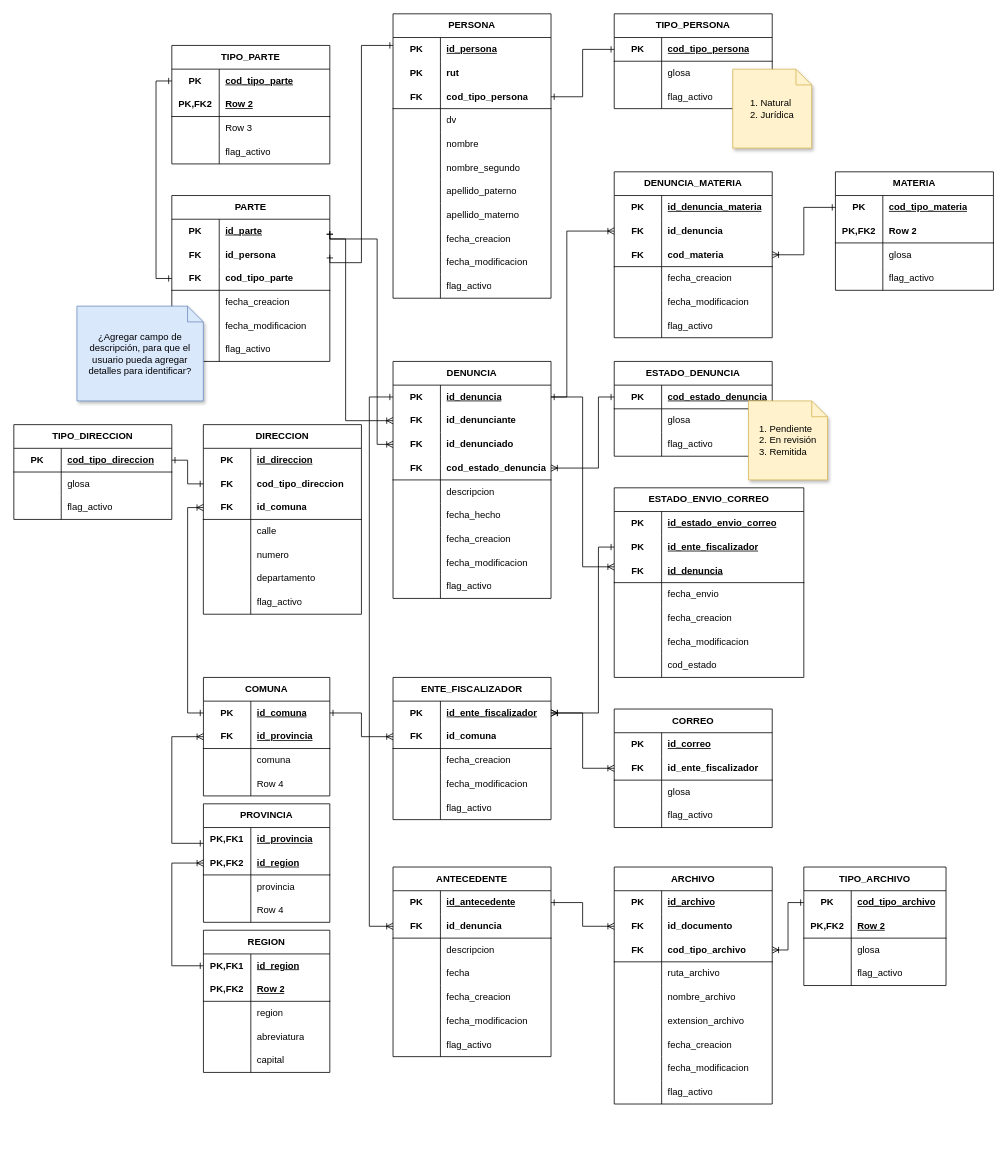
Earlier version of the draw.io diagram docs/QuieroDenunciar - ER.drawio (hernanBeiza/QuieroDenunciarAPI). Source tidied: cells renumbered, new cells numbered last; positions are measured from the earlier drawing's top-left corner, leaving out a move shared by most shapes. Both pictures are drawn from the tidied source at 79%, with x=0, y=0 at pixel (13, 13).
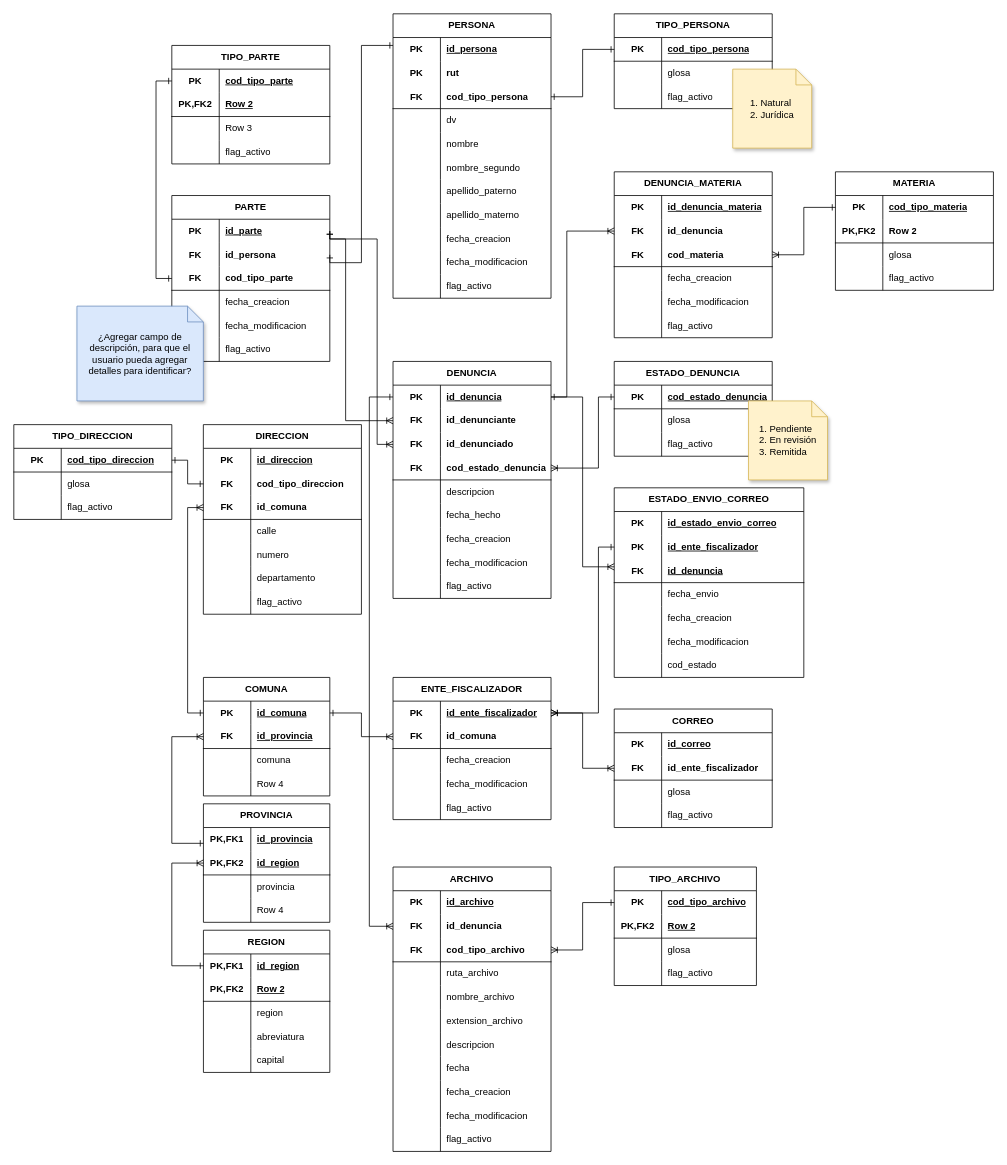
The same page after the edit.

Unchanged cells that the change refers to:
```xml
<mxCell id="56" style="shape=tableRow;horizontal=0;startSize=0;swimlaneHead=0;swimlaneBody=0;fillColor=none;points=[[0,0.5],[1,0.5]];portConstraint=eastwest;top=0;left=0;right=0;bottom=0;html=1;" parent="55" vertex="1">
  <mxGeometry y="30" width="200" height="30" as="geometry" />
</mxCell>
<mxCell id="332" style="shape=tableRow;horizontal=0;startSize=0;swimlaneHead=0;swimlaneBody=0;fillColor=none;points=[[0,0.5],[1,0.5]];portConstraint=eastwest;top=0;left=0;right=0;bottom=0;html=1;" parent="328" vertex="1">
  <mxGeometry y="60" width="200" height="30" as="geometry" />
</mxCell>
```

The edit, as a diff of the source:
```diff
@@
-    <mxCell id="147" value="ANTECEDENTE" style="shape=table;startSize=30;childLayout=tableLayout;rowLines=0;fontStyle=1;align=center;html=1;whiteSpace=wrap;" parent="1" vertex="1">
-      <mxGeometry x="480" y="1080" width="200" height="240" as="geometry" />
-    </mxCell>
-    <mxCell id="148" style="shape=tableRow;horizontal=0;startSize=0;swimlaneHead=0;swimlaneBody=0;fillColor=none;points=[[0,0.5],[1,0.5]];portConstraint=eastwest;top=0;left=0;right=0;bottom=0;html=1;" parent="147" vertex="1">
-      <mxGeometry y="30" width="200" height="30" as="geometry" />
-    </mxCell>
-    <mxCell id="149" value="PK" style="shape=partialRectangle;fillColor=none;top=0;left=0;bottom=0;right=0;fontStyle=1;overflow=hidden;html=1;whiteSpace=wrap;" parent="148" vertex="1">
-      <mxGeometry width="60" height="30" as="geometry" />
-    </mxCell>
-    <mxCell id="150" value="id_antecedente" style="shape=partialRectangle;fillColor=none;top=0;left=0;bottom=0;right=0;align=left;spacingLeft=6;fontStyle=5;overflow=hidden;html=1;whiteSpace=wrap;" parent="148" vertex="1">
-      <mxGeometry x="60" width="140" height="30" as="geometry" />
-    </mxCell>
-    <mxCell id="151" style="shape=tableRow;horizontal=0;startSize=0;swimlaneHead=0;swimlaneBody=0;fillColor=none;points=[[0,0.5],[1,0.5]];portConstraint=eastwest;top=0;left=0;right=0;bottom=1;html=1;strokeColor=default;" parent="147" vertex="1">
-      <mxGeometry y="60" width="200" height="30" as="geometry" />
-    </mxCell>
-    <mxCell id="152" value="FK" style="shape=partialRectangle;fillColor=none;top=0;left=0;bottom=0;right=0;fontStyle=1;overflow=hidden;html=1;whiteSpace=wrap;" parent="151" vertex="1">
-      <mxGeometry width="60" height="30" as="geometry" />
-    </mxCell>
-    <mxCell id="153" value="id_denuncia" style="shape=partialRectangle;fillColor=none;top=0;left=0;bottom=0;right=0;align=left;spacingLeft=6;fontStyle=1;overflow=hidden;html=1;whiteSpace=wrap;strokeColor=default;" parent="151" vertex="1">
-      <mxGeometry x="60" width="140" height="30" as="geometry" />
-    </mxCell>
-    <mxCell id="154" style="shape=tableRow;horizontal=0;startSize=0;swimlaneHead=0;swimlaneBody=0;fillColor=none;top=0;left=0;right=0;bottom=0;html=1;" parent="147" vertex="1">
-      <mxGeometry y="90" width="200" height="30" as="geometry" />
-    </mxCell>
-    <mxCell id="155" style="shape=partialRectangle;fillColor=none;top=0;left=0;bottom=0;right=0;overflow=hidden;html=1;whiteSpace=wrap;" parent="154" vertex="1">
-      <mxGeometry width="60" height="30" as="geometry" />
-    </mxCell>
-    <mxCell id="156" value="descripcion" style="shape=partialRectangle;fillColor=none;top=0;left=0;bottom=0;right=0;align=left;spacingLeft=6;overflow=hidden;html=1;whiteSpace=wrap;" parent="154" vertex="1">
-      <mxGeometry x="60" width="140" height="30" as="geometry" />
-    </mxCell>
-    <mxCell id="157" style="shape=tableRow;horizontal=0;startSize=0;swimlaneHead=0;swimlaneBody=0;fillColor=none;top=0;left=0;right=0;bottom=0;html=1;" parent="147" vertex="1">
-      <mxGeometry y="120" width="200" height="30" as="geometry" />
-    </mxCell>
-    <mxCell id="158" style="shape=partialRectangle;fillColor=none;top=0;left=0;bottom=0;right=0;overflow=hidden;html=1;whiteSpace=wrap;" parent="157" vertex="1">
-      <mxGeometry width="60" height="30" as="geometry" />
-    </mxCell>
-    <mxCell id="159" value="fecha" style="shape=partialRectangle;fillColor=none;top=0;left=0;bottom=0;right=0;align=left;spacingLeft=6;overflow=hidden;html=1;whiteSpace=wrap;" parent="157" vertex="1">
-      <mxGeometry x="60" width="140" height="30" as="geometry" />
-    </mxCell>
-    <mxCell id="160" style="shape=tableRow;horizontal=0;startSize=0;swimlaneHead=0;swimlaneBody=0;fillColor=none;top=0;left=0;right=0;bottom=0;html=1;" parent="147" vertex="1">
-      <mxGeometry y="150" width="200" height="30" as="geometry" />
-    </mxCell>
-    <mxCell id="161" style="shape=partialRectangle;fillColor=none;top=0;left=0;bottom=0;right=0;overflow=hidden;html=1;whiteSpace=wrap;" parent="160" vertex="1">
-      <mxGeometry width="60" height="30" as="geometry" />
-    </mxCell>
-    <mxCell id="162" value="fecha_creacion" style="shape=partialRectangle;fillColor=none;top=0;left=0;bottom=0;right=0;align=left;spacingLeft=6;overflow=hidden;html=1;whiteSpace=wrap;" parent="160" vertex="1">
-      <mxGeometry x="60" width="140" height="30" as="geometry" />
-    </mxCell>
-    <mxCell id="163" style="shape=tableRow;horizontal=0;startSize=0;swimlaneHead=0;swimlaneBody=0;fillColor=none;top=0;left=0;right=0;bottom=0;html=1;" parent="147" vertex="1">
-      <mxGeometry y="180" width="200" height="30" as="geometry" />
-    </mxCell>
-    <mxCell id="164" style="shape=partialRectangle;fillColor=none;top=0;left=0;bottom=0;right=0;overflow=hidden;html=1;whiteSpace=wrap;" parent="163" vertex="1">
-      <mxGeometry width="60" height="30" as="geometry" />
-    </mxCell>
-    <mxCell id="165" value="fecha_modificacion" style="shape=partialRectangle;fillColor=none;top=0;left=0;bottom=0;right=0;align=left;spacingLeft=6;overflow=hidden;html=1;whiteSpace=wrap;" parent="163" vertex="1">
-      <mxGeometry x="60" width="140" height="30" as="geometry" />
-    </mxCell>
-    <mxCell id="166" style="shape=tableRow;horizontal=0;startSize=0;swimlaneHead=0;swimlaneBody=0;fillColor=none;top=0;left=0;right=0;bottom=0;html=1;" parent="147" vertex="1">
-      <mxGeometry y="210" width="200" height="30" as="geometry" />
-    </mxCell>
-    <mxCell id="167" style="shape=partialRectangle;fillColor=none;top=0;left=0;bottom=0;right=0;overflow=hidden;html=1;whiteSpace=wrap;" parent="166" vertex="1">
-      <mxGeometry width="60" height="30" as="geometry" />
-    </mxCell>
-    <mxCell id="168" value="flag_activo" style="shape=partialRectangle;fillColor=none;top=0;left=0;bottom=0;right=0;align=left;spacingLeft=6;overflow=hidden;html=1;whiteSpace=wrap;" parent="166" vertex="1">
-      <mxGeometry x="60" width="140" height="30" as="geometry" />
-    </mxCell>
     <mxCell id="169" value="TIPO_ARCHIVO" style="shape=table;startSize=30;childLayout=tableLayout;rowLines=0;fontStyle=1;align=center;html=1;whiteSpace=wrap;" parent="1" vertex="1">
-      <mxGeometry x="1000" y="1080" width="180" height="150" as="geometry" />
+      <mxGeometry x="760" y="1080" width="180" height="150" as="geometry" />
     </mxCell>
@@
-    <mxCell id="326" style="edgeStyle=orthogonalEdgeStyle;rounded=0;jettySize=auto;html=1;endArrow=ERone;endFill=0;startArrow=ERoneToMany;startFill=0;exitX=0;exitY=0.5;exitDx=0;exitDy=0;" parent="1" edge="1" source="151" target="56">
+    <mxCell id="326" style="edgeStyle=orthogonalEdgeStyle;rounded=0;jettySize=auto;html=1;endArrow=ERone;endFill=0;startArrow=ERoneToMany;startFill=0;" parent="1" edge="1" source="332" target="56">
       <mxGeometry relative="1" as="geometry">
         <Array as="points">
           <mxPoint x="450" y="1155" />
           <mxPoint x="450" y="485" />
         </Array>
       </mxGeometry>
     </mxCell>
@@
     <mxCell id="328" value="ARCHIVO" style="shape=table;startSize=30;childLayout=tableLayout;rowLines=0;fontStyle=1;align=center;html=1;whiteSpace=wrap;" parent="1" vertex="1">
-      <mxGeometry x="760" y="1080" width="200" height="300" as="geometry" />
+      <mxGeometry x="480" y="1080" width="200" height="360" as="geometry" />
     </mxCell>
@@
-    <mxCell id="334" value="id_documento" style="shape=partialRectangle;fillColor=none;top=0;left=0;bottom=0;right=0;align=left;spacingLeft=6;fontStyle=1;overflow=hidden;html=1;whiteSpace=wrap;" parent="332" vertex="1">
+    <mxCell id="334" value="id_denuncia" style="shape=partialRectangle;fillColor=none;top=0;left=0;bottom=0;right=0;align=left;spacingLeft=6;fontStyle=1;overflow=hidden;html=1;whiteSpace=wrap;" parent="332" vertex="1">
       <mxGeometry x="60" width="140" height="30" as="geometry" />
     </mxCell>
@@
+    <mxCell id="166" style="shape=tableRow;horizontal=0;startSize=0;swimlaneHead=0;swimlaneBody=0;fillColor=none;top=0;left=0;right=0;bottom=0;html=1;" parent="328" vertex="1">
+      <mxGeometry y="210" width="200" height="30" as="geometry" />
+    </mxCell>
+    <mxCell id="358" style="shape=partialRectangle;fillColor=none;top=0;left=0;bottom=0;right=0;overflow=hidden;html=1;whiteSpace=wrap;" parent="166" vertex="1">
+      <mxGeometry width="60" height="30" as="geometry" />
+    </mxCell>
+    <mxCell id="156" value="descripcion" style="shape=partialRectangle;fillColor=none;top=0;left=0;bottom=0;right=0;align=left;spacingLeft=6;overflow=hidden;html=1;whiteSpace=wrap;" parent="166" vertex="1">
+      <mxGeometry x="60" width="140" height="30" as="geometry" />
+    </mxCell>
+    <mxCell id="359" style="shape=tableRow;horizontal=0;startSize=0;swimlaneHead=0;swimlaneBody=0;fillColor=none;top=0;left=0;right=0;bottom=0;html=1;" parent="328" vertex="1">
+      <mxGeometry y="240" width="200" height="30" as="geometry" />
+    </mxCell>
+    <mxCell id="360" style="shape=partialRectangle;fillColor=none;top=0;left=0;bottom=0;right=0;overflow=hidden;html=1;whiteSpace=wrap;" parent="359" vertex="1">
+      <mxGeometry width="60" height="30" as="geometry" />
+    </mxCell>
+    <mxCell id="159" value="fecha" style="shape=partialRectangle;fillColor=none;top=0;left=0;bottom=0;right=0;align=left;spacingLeft=6;overflow=hidden;html=1;whiteSpace=wrap;" parent="359" vertex="1">
+      <mxGeometry x="60" width="140" height="30" as="geometry" />
+    </mxCell>
     <mxCell id="347" style="shape=tableRow;horizontal=0;startSize=0;swimlaneHead=0;swimlaneBody=0;fillColor=none;top=0;left=0;right=0;bottom=0;html=1;" parent="328" vertex="1">
-      <mxGeometry y="210" width="200" height="30" as="geometry" />
+      <mxGeometry y="270" width="200" height="30" as="geometry" />
     </mxCell>
@@
     <mxCell id="350" style="shape=tableRow;horizontal=0;startSize=0;swimlaneHead=0;swimlaneBody=0;fillColor=none;top=0;left=0;right=0;bottom=0;html=1;" parent="328" vertex="1">
-      <mxGeometry y="240" width="200" height="30" as="geometry" />
+      <mxGeometry y="300" width="200" height="30" as="geometry" />
     </mxCell>
@@
     <mxCell id="353" style="shape=tableRow;horizontal=0;startSize=0;swimlaneHead=0;swimlaneBody=0;fillColor=none;top=0;left=0;right=0;bottom=0;html=1;" parent="328" vertex="1">
-      <mxGeometry y="270" width="200" height="30" as="geometry" />
+      <mxGeometry y="330" width="200" height="30" as="geometry" />
     </mxCell>
@@
-    <mxCell id="356" style="edgeStyle=orthogonalEdgeStyle;rounded=0;jettySize=auto;html=1;exitX=0;exitY=0.5;exitDx=0;exitDy=0;startArrow=ERoneToMany;startFill=0;endArrow=ERone;endFill=0;" parent="1" edge="1" source="332" target="148">
-      <mxGeometry relative="1" as="geometry" />
-    </mxCell>
```
